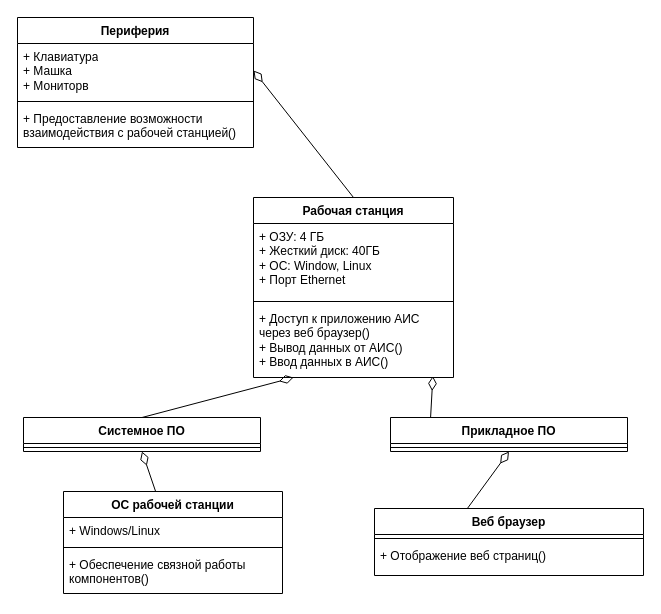
Earlier version of the draw.io diagram Определение модели НООП "Рабочая станция".drawio (hiff0/db-city-council). Source tidied: cells renumbered, new cells numbered last; positions are measured from the earlier drawing's top-left corner, leaving out a move shared by most shapes. Both pictures are drawn from the tidied source at 100%, with x=0, y=0 at pixel (17, 17).
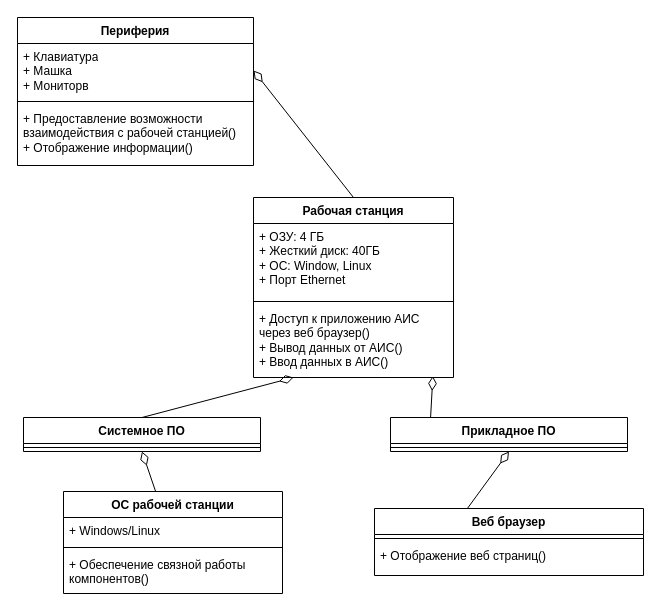
After the change.

What changed in the source:
```diff
@@
     <mxCell id="17" value="Периферия" style="swimlane;fontStyle=1;align=center;verticalAlign=top;horizontal=1;startSize=26;whiteSpace=wrap;html=1;" parent="1" vertex="1">
-      <mxGeometry width="236" height="130" as="geometry" />
+      <mxGeometry width="236" height="148" as="geometry" />
     </mxCell>
@@
-    <mxCell id="20" value="+ Предоставление возможности взаимодействия с рабочей станцией()" style="text;strokeColor=none;fillColor=none;align=left;verticalAlign=top;spacingLeft=4;spacingRight=4;overflow=hidden;whiteSpace=wrap;html=1;" parent="17" vertex="1">
-      <mxGeometry y="88" width="236" height="42" as="geometry" />
+    <mxCell id="20" value="+ Предоставление возможности взаимодействия с рабочей станцией()&lt;div&gt;+ Отображение информации()&lt;/div&gt;" style="text;strokeColor=none;fillColor=none;align=left;verticalAlign=top;spacingLeft=4;spacingRight=4;overflow=hidden;whiteSpace=wrap;html=1;" parent="17" vertex="1">
+      <mxGeometry y="88" width="236" height="60" as="geometry" />
     </mxCell>
```
